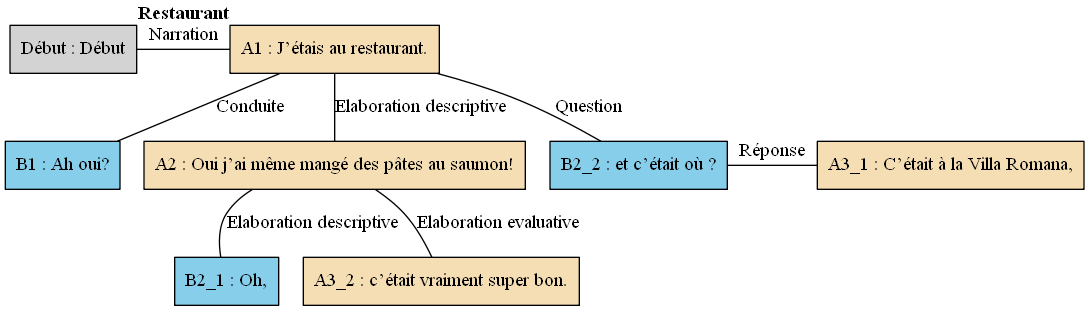
Earlier version of the Graphviz export arbres/Bac_a_sable/Bac_a_sable_-_A04.gv.png (AlaixComet/AnnotationSlamPTut). Its source is kept beside it as arbres/Bac_a_sable/Bac_a_sable_-_A04.gv.
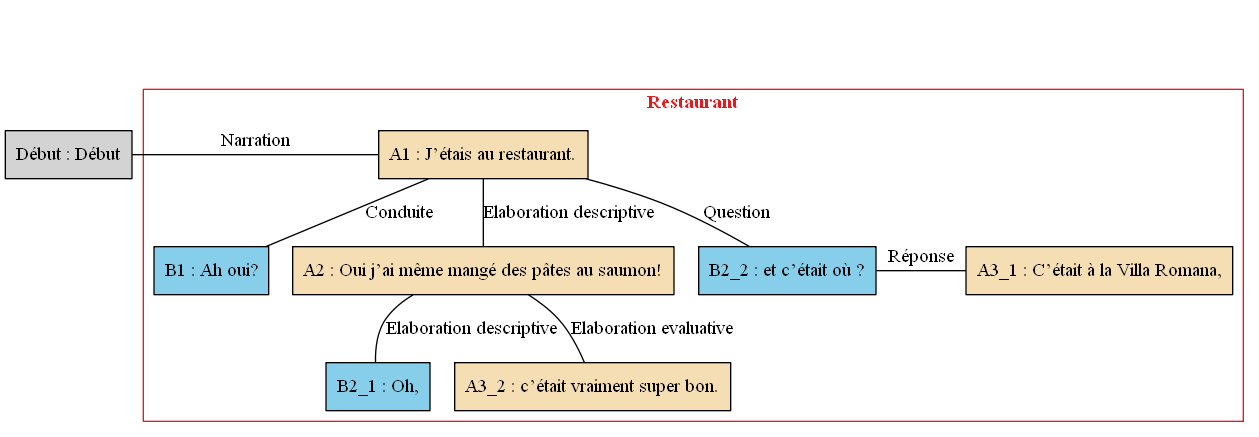
Above is the later version.

Diff of the diagram source:
```diff
@@ -1,28 +1,36 @@
 digraph A04 {
 	node [shape=box style=filled]
-	"Début" [label="Début : Début" xlabel=""]
-	A1 [label="A1 : J’étais au restaurant." fillcolor=wheat xlabel=<<B>Restaurant</B>>]
-	B1 [label="B1 : Ah oui?" fillcolor=skyblue xlabel=""]
-	A2 [label="A2 : Oui j’ai même mangé des pâtes au saumon!" fillcolor=wheat xlabel=""]
-	B2_1 [label="B2_1 : Oh," fillcolor=skyblue xlabel=""]
-	B2_2 [label="B2_2 : et c’était où ?" fillcolor=skyblue xlabel=""]
-	A3_1 [label="A3_1 : C’était à la Villa Romana," fillcolor=wheat xlabel=""]
-	A3_2 [label="A3_2 : c’était vraiment super bon." fillcolor=wheat xlabel=""]
-	{
-		rank=same
-		"Début"
+	newrank=true
+	zero [style=invis]
+	"Début" [label="Début : Début"]
+	A1 [label="A1 : J’étais au restaurant." fillcolor=wheat]
+	B1 [label="B1 : Ah oui?" fillcolor=skyblue]
+	A2 [label="A2 : Oui j’ai même mangé des pâtes au saumon!" fillcolor=wheat]
+	B2_1 [label="B2_1 : Oh," fillcolor=skyblue]
+	B2_2 [label="B2_2 : et c’était où ?" fillcolor=skyblue]
+	A3_1 [label="A3_1 : C’était à la Villa Romana," fillcolor=wheat]
+	A3_2 [label="A3_2 : c’était vraiment super bon." fillcolor=wheat]
+	zero -> "Début" [label="" style=invis]
+	zero -> A1 [style=invis weight=1]
+	"Début" -> A1 [label=Narration constraint=false dir=none]
+	A1 -> B1 [label=Conduite dir=none weight=2]
+	A1 -> A2 [label="Elaboration descriptive" dir=none weight=2]
+	A2 -> B2_1 [label="Elaboration descriptive" dir=none weight=2]
+	A1 -> B2_2 [label=Question dir=none weight=2]
+	A1 -> A3_1 [style=invis weight=1]
+	B2_2 -> A3_1 [label="Réponse" constraint=false dir=none]
+	A2 -> A3_2 [label="Elaboration evaluative" dir=none weight=2]
+	subgraph cluster_1 {
+		label=<<B>Restaurant</B>>
+		colorscheme=set19
+		color=1
+		fontcolor=1
 		A1
-		"Début" -> A1 [label=Narration dir=none]
-	}
-	A1 -> B1 [label=Conduite dir=none]
-	A1 -> A2 [label="Elaboration descriptive" dir=none]
-	A2 -> B2_1 [label="Elaboration descriptive" dir=none]
-	A1 -> B2_2 [label=Question dir=none]
-	{
-		rank=same
+		B1
+		A2
+		B2_1
 		B2_2
 		A3_1
-		B2_2 -> A3_1 [label="Réponse" dir=none]
+		A3_2
 	}
-	A2 -> A3_2 [label="Elaboration evaluative" dir=none]
 }
```
